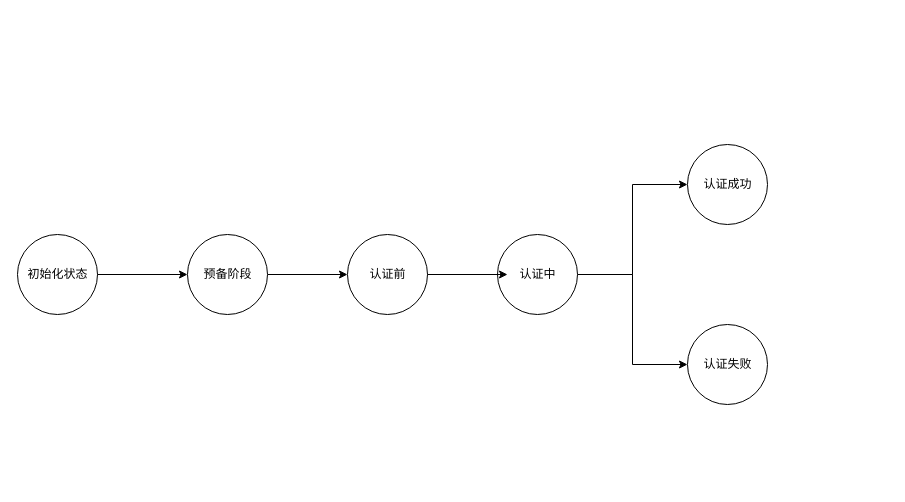
This is page "第 2 页" (2 of 3) of useVerify/状态机.drawio from RexYao97/sfrex, a draw.io file, before an edit. Source tidied: cells renumbered, new cells numbered last; positions are measured from the earlier drawing's top-left corner, leaving out a move shared by most shapes. Both pictures are drawn from the tidied source at 100%, with x=0, y=0 at pixel (17, 144).
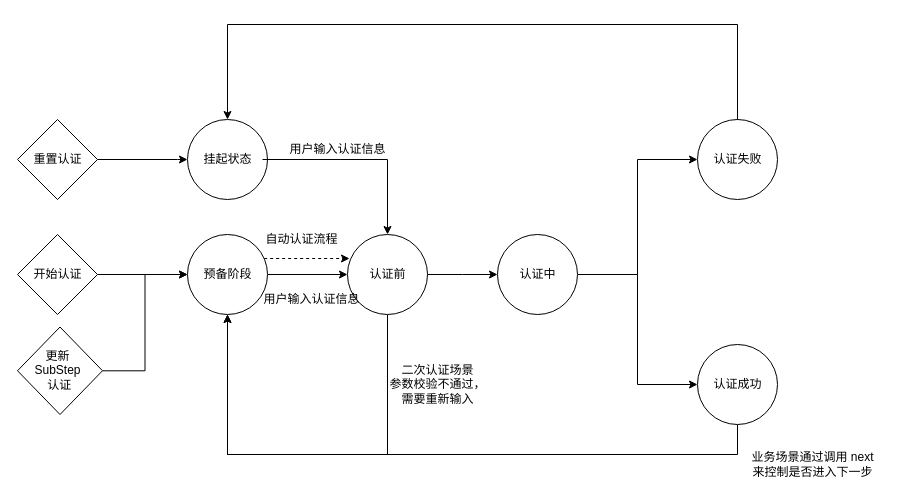
The same diagram, later.

The change refers to these unchanged cells:
```xml
<mxCell id="6" style="ellipse;whiteSpace=wrap;html=1;" parent="1" vertex="1">
  <mxGeometry x="170" y="90" width="80" height="80" as="geometry" />
</mxCell>
<mxCell id="8" style="ellipse;whiteSpace=wrap;html=1;" parent="1" vertex="1">
  <mxGeometry x="330" y="90" width="80" height="80" as="geometry" />
</mxCell>
<mxCell id="13" value="认证中" style="text;html=1;align=center;verticalAlign=middle;points=[];strokeColor=none;fillColor=none;" parent="1" vertex="1">
  <mxGeometry x="490" y="115" width="60" height="30" as="geometry" />
</mxCell>
```

The edit, as a diff of the source:
```diff
@@
+    <mxCell id="19" style="edgeStyle=orthogonalEdgeStyle;rounded=0;jettySize=auto;html=1;entryX=0;entryY=0.5;entryDx=0;entryDy=0;" parent="1" edge="1" target="6">
+      <mxGeometry relative="1" as="geometry">
+        <mxPoint x="80" y="130" as="sourcePoint" />
+        <Array as="points">
+          <mxPoint x="160" y="130" />
+          <mxPoint x="160" y="130" />
+        </Array>
+      </mxGeometry>
+    </mxCell>
     <mxCell id="2" style="ellipse;whiteSpace=wrap;html=1;" parent="1" vertex="1">
-      <mxGeometry y="90" width="80" height="80" as="geometry" />
+      <mxGeometry x="170" y="-25" width="80" height="80" as="geometry" />
     </mxCell>
-    <mxCell id="3" style="edgeStyle=orthogonalEdgeStyle;rounded=0;jettySize=auto;html=1;entryX=0;entryY=0.5;entryDx=0;entryDy=0;" parent="1" edge="1" source="4" target="6">
+    <mxCell id="3" style="edgeStyle=orthogonalEdgeStyle;rounded=0;jettySize=auto;html=1;entryX=0.5;entryY=0;entryDx=0;entryDy=0;" parent="1" edge="1" source="4" target="8">
       <mxGeometry relative="1" as="geometry" />
     </mxCell>
-    <mxCell id="4" value="初始化状态" style="text;html=1;align=center;verticalAlign=middle;points=[];strokeColor=none;fillColor=none;" parent="1" vertex="1">
-      <mxGeometry y="115" width="80" height="30" as="geometry" />
+    <mxCell id="4" value="挂起状态" style="text;html=1;align=center;verticalAlign=middle;points=[];strokeColor=none;fillColor=none;" parent="1" vertex="1">
+      <mxGeometry x="175" width="70" height="30" as="geometry" />
     </mxCell>
@@
+    <mxCell id="20" style="edgeStyle=orthogonalEdgeStyle;rounded=0;jettySize=auto;html=1;entryX=0.025;entryY=0.3;entryDx=0;entryDy=0;entryPerimeter=0;dashed=1;" parent="1" edge="1" source="6" target="8">
+      <mxGeometry relative="1" as="geometry">
+        <Array as="points">
+          <mxPoint x="270" y="114" />
+          <mxPoint x="270" y="114" />
+        </Array>
+      </mxGeometry>
+    </mxCell>
@@
+    <mxCell id="21" style="edgeStyle=orthogonalEdgeStyle;rounded=0;jettySize=auto;html=1;entryX=0.5;entryY=1;entryDx=0;entryDy=0;" parent="1" edge="1" source="8" target="6">
+      <mxGeometry relative="1" as="geometry">
+        <Array as="points">
+          <mxPoint x="370" y="310" />
+          <mxPoint x="210" y="310" />
+        </Array>
+      </mxGeometry>
+    </mxCell>
@@
+    <mxCell id="22" style="edgeStyle=orthogonalEdgeStyle;rounded=0;jettySize=auto;html=1;entryX=0.5;entryY=1;entryDx=0;entryDy=0;" parent="1" edge="1" source="14" target="6">
+      <mxGeometry relative="1" as="geometry">
+        <Array as="points">
+          <mxPoint x="720" y="310" />
+          <mxPoint x="210" y="310" />
+        </Array>
+      </mxGeometry>
+    </mxCell>
     <mxCell id="14" style="ellipse;whiteSpace=wrap;html=1;" parent="1" vertex="1">
-      <mxGeometry x="670" width="80" height="80" as="geometry" />
+      <mxGeometry x="680" y="200" width="80" height="80" as="geometry" />
     </mxCell>
     <mxCell id="15" value="认证成功" style="text;html=1;align=center;verticalAlign=middle;strokeColor=none;fillColor=none;" parent="1" vertex="1">
-      <mxGeometry x="675" y="25" width="70" height="30" as="geometry" />
+      <mxGeometry x="685" y="225" width="70" height="30" as="geometry" />
     </mxCell>
     <mxCell id="16" style="ellipse;whiteSpace=wrap;html=1;" parent="1" vertex="1">
-      <mxGeometry x="670" y="180" width="80" height="80" as="geometry" />
+      <mxGeometry x="680" y="-25" width="80" height="80" as="geometry" />
     </mxCell>
+    <mxCell id="23" style="edgeStyle=orthogonalEdgeStyle;rounded=0;jettySize=auto;html=1;exitX=0.5;exitY=0;exitDx=0;exitDy=0;entryX=0.5;entryY=0;entryDx=0;entryDy=0;" parent="1" edge="1" source="16" target="2">
+      <mxGeometry relative="1" as="geometry">
+        <Array as="points">
+          <mxPoint x="720" y="-120" />
+          <mxPoint x="210" y="-120" />
+        </Array>
+      </mxGeometry>
+    </mxCell>
     <mxCell id="17" value="认证失败" style="text;html=1;align=center;verticalAlign=middle;strokeColor=none;fillColor=none;" parent="1" vertex="1">
-      <mxGeometry x="675" y="205" width="70" height="30" as="geometry" />
+      <mxGeometry x="685" width="70" height="30" as="geometry" />
     </mxCell>
-    <mxCell id="18" style="edgeStyle=orthogonalEdgeStyle;rounded=0;jettySize=auto;html=1;" parent="1" edge="1" source="8" target="13">
-      <mxGeometry relative="1" as="geometry" />
+    <mxCell id="18" style="edgeStyle=orthogonalEdgeStyle;rounded=0;jettySize=auto;html=1;" parent="1" edge="1" source="8">
+      <mxGeometry relative="1" as="geometry">
+        <mxPoint x="480" y="130" as="targetPoint" />
+      </mxGeometry>
     </mxCell>
+    <mxCell id="24" style="rhombus;whiteSpace=wrap;html=1;" parent="1" vertex="1">
+      <mxGeometry y="90" width="80" height="80" as="geometry" />
+    </mxCell>
+    <mxCell id="25" value="开始认证" style="text;html=1;align=center;verticalAlign=middle;strokeColor=none;fillColor=none;" parent="1" vertex="1">
+      <mxGeometry x="5" y="115" width="70" height="30" as="geometry" />
+    </mxCell>
+    <mxCell id="26" style="edgeStyle=orthogonalEdgeStyle;rounded=0;orthogonalLoop=1;jettySize=auto;html=1;entryX=0;entryY=0.5;entryDx=0;entryDy=0;" parent="1" edge="1">
+      <mxGeometry relative="1" as="geometry">
+        <mxPoint x="80" y="15" as="sourcePoint" />
+        <mxPoint x="170" y="15" as="targetPoint" />
+        <Array as="points">
+          <mxPoint x="160" y="15" />
+          <mxPoint x="160" y="15" />
+        </Array>
+      </mxGeometry>
+    </mxCell>
+    <mxCell id="27" style="rhombus;whiteSpace=wrap;html=1;" parent="1" vertex="1">
+      <mxGeometry y="-25" width="80" height="80" as="geometry" />
+    </mxCell>
+    <mxCell id="28" value="重置认证" style="text;html=1;align=center;verticalAlign=middle;strokeColor=none;fillColor=none;" parent="1" vertex="1">
+      <mxGeometry x="5" width="70" height="30" as="geometry" />
+    </mxCell>
+    <mxCell id="29" style="edgeStyle=orthogonalEdgeStyle;rounded=0;jettySize=auto;html=1;entryX=0;entryY=0.5;entryDx=0;entryDy=0;" parent="1" edge="1" source="30" target="6">
+      <mxGeometry relative="1" as="geometry" />
+    </mxCell>
+    <mxCell id="30" style="rhombus;whiteSpace=wrap;html=1;" parent="1" vertex="1">
+      <mxGeometry y="182.5" width="85" height="87.5" as="geometry" />
+    </mxCell>
+    <mxCell id="31" value="更新&lt;br&gt;SubStep&lt;br&gt;&amp;nbsp;认证" style="text;html=1;align=center;verticalAlign=middle;strokeColor=none;fillColor=none;" parent="1" vertex="1">
+      <mxGeometry x="5" y="196.2" width="70" height="60" as="geometry" />
+    </mxCell>
+    <mxCell id="32" value="二次认证场景&lt;br&gt;参数校验不通过，&lt;br&gt;需要重新输入" style="text;html=1;align=center;verticalAlign=middle;strokeColor=none;fillColor=none;" parent="1" vertex="1">
+      <mxGeometry x="360" y="210" width="120" height="60" as="geometry" />
+    </mxCell>
+    <mxCell id="33" value="业务场景通过调用 next &lt;br&gt;来控制是否进入下一步" style="text;html=1;align=center;verticalAlign=middle;strokeColor=none;fillColor=none;" parent="1" vertex="1">
+      <mxGeometry x="720" y="300" width="150" height="40" as="geometry" />
+    </mxCell>
+    <mxCell id="34" value="用户输入认证信息" style="text;html=1;align=center;verticalAlign=middle;strokeColor=none;fillColor=none;" parent="1" vertex="1">
+      <mxGeometry x="260" y="-10" width="120" height="30" as="geometry" />
+    </mxCell>
+    <mxCell id="35" value="用户输入认证信息" style="text;html=1;align=center;verticalAlign=middle;strokeColor=none;fillColor=none;" parent="1" vertex="1">
+      <mxGeometry x="234" y="140" width="120" height="30" as="geometry" />
+    </mxCell>
+    <mxCell id="36" value="自动认证流程" style="text;html=1;align=center;verticalAlign=middle;strokeColor=none;fillColor=none;" parent="1" vertex="1">
+      <mxGeometry x="234" y="80" width="100" height="30" as="geometry" />
+    </mxCell>
```
